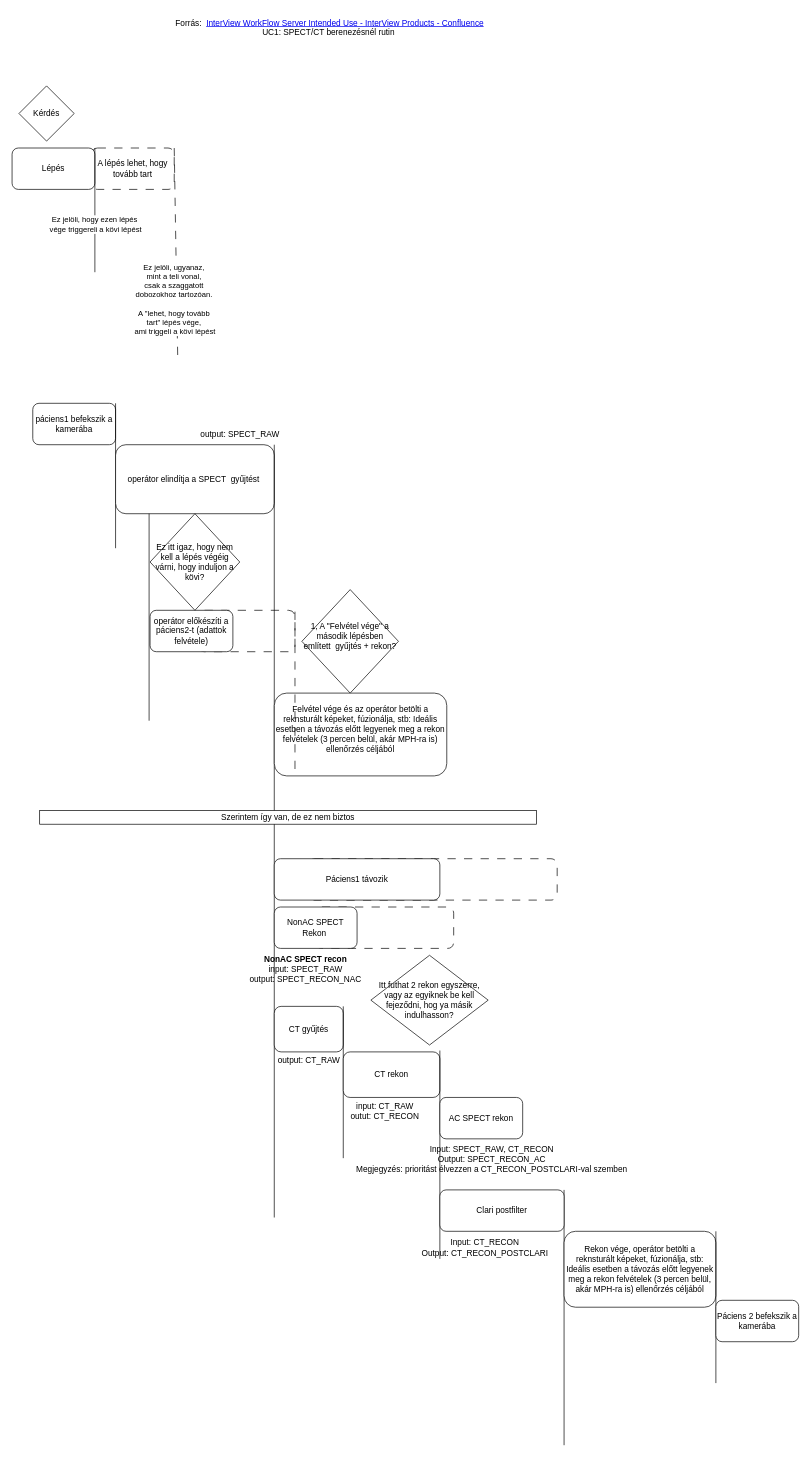
Earlier version of the draw.io diagram IV_Flow_diagram_UC1_SPECT_CT berenezésnél rutin.drawio (szvatai1985/drawio_files). Source tidied: cells renumbered, new cells numbered last; positions are measured from the earlier drawing's top-left corner, leaving out a move shared by most shapes. Both pictures are drawn from the tidied source at 69%, with x=0, y=0 at pixel (12, 12).
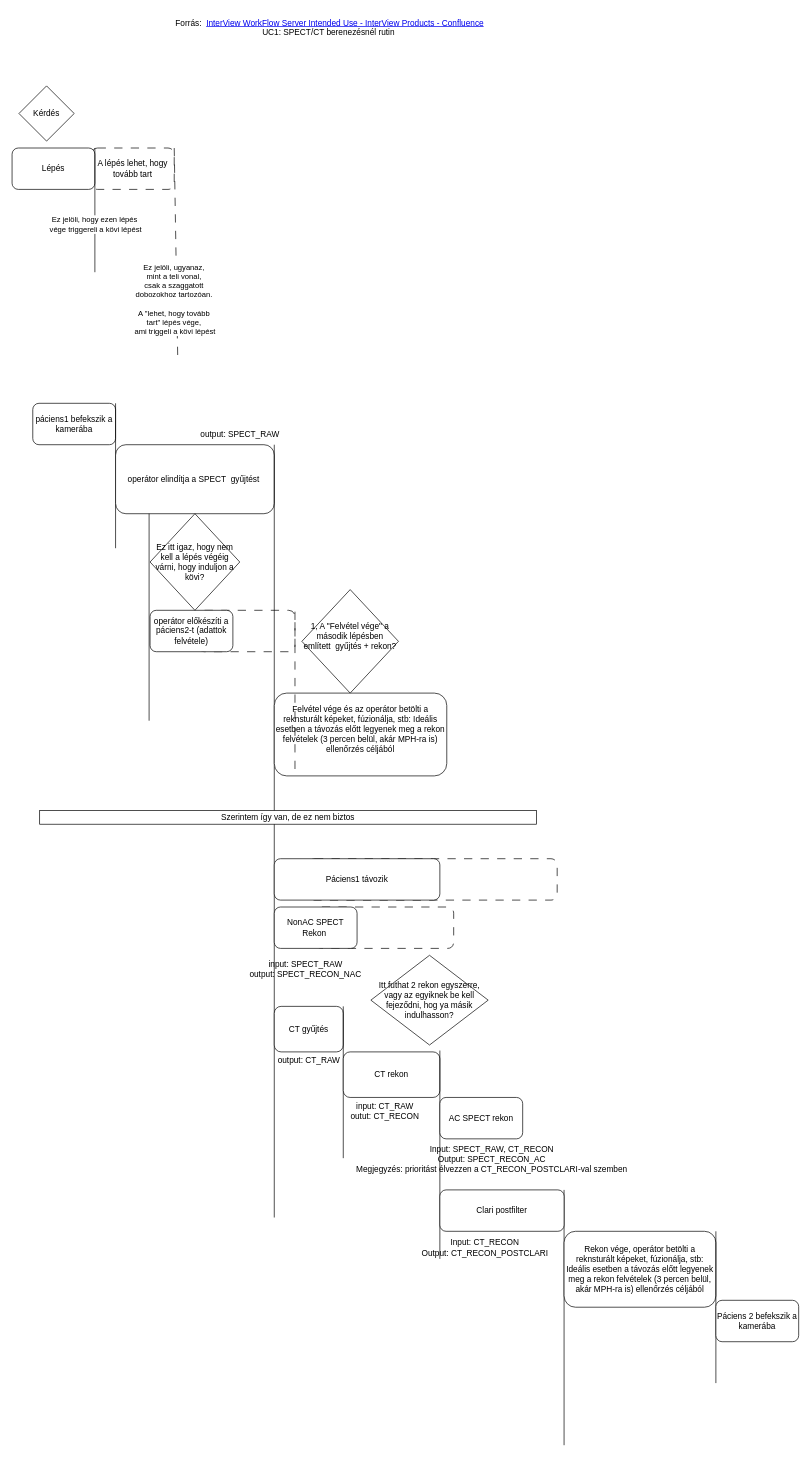
The same page after the edit.

Diff of the diagram source:
```diff
@@
-    <mxCell id="29" value="&lt;b&gt;NonAC SPECT recon&lt;/b&gt;&lt;div&gt;&lt;div&gt;input: SPECT_RAW&lt;/div&gt;&lt;div&gt;output: SPECT_RECON_NAC&lt;/div&gt;&lt;/div&gt;" style="text;html=1;align=center;verticalAlign=middle;strokeColor=none;fillColor=none;" parent="1" vertex="1">
-      <mxGeometry x="330" y="1357" width="190" height="60" as="geometry" />
+    <mxCell id="29" value="&lt;div&gt;&lt;div&gt;input: SPECT_RAW&lt;/div&gt;&lt;div&gt;output: SPECT_RECON_NAC&lt;/div&gt;&lt;/div&gt;" style="text;html=1;align=center;verticalAlign=middle;strokeColor=none;fillColor=none;" parent="1" vertex="1">
+      <mxGeometry x="330" y="1367" width="190" height="40" as="geometry" />
     </mxCell>
```
